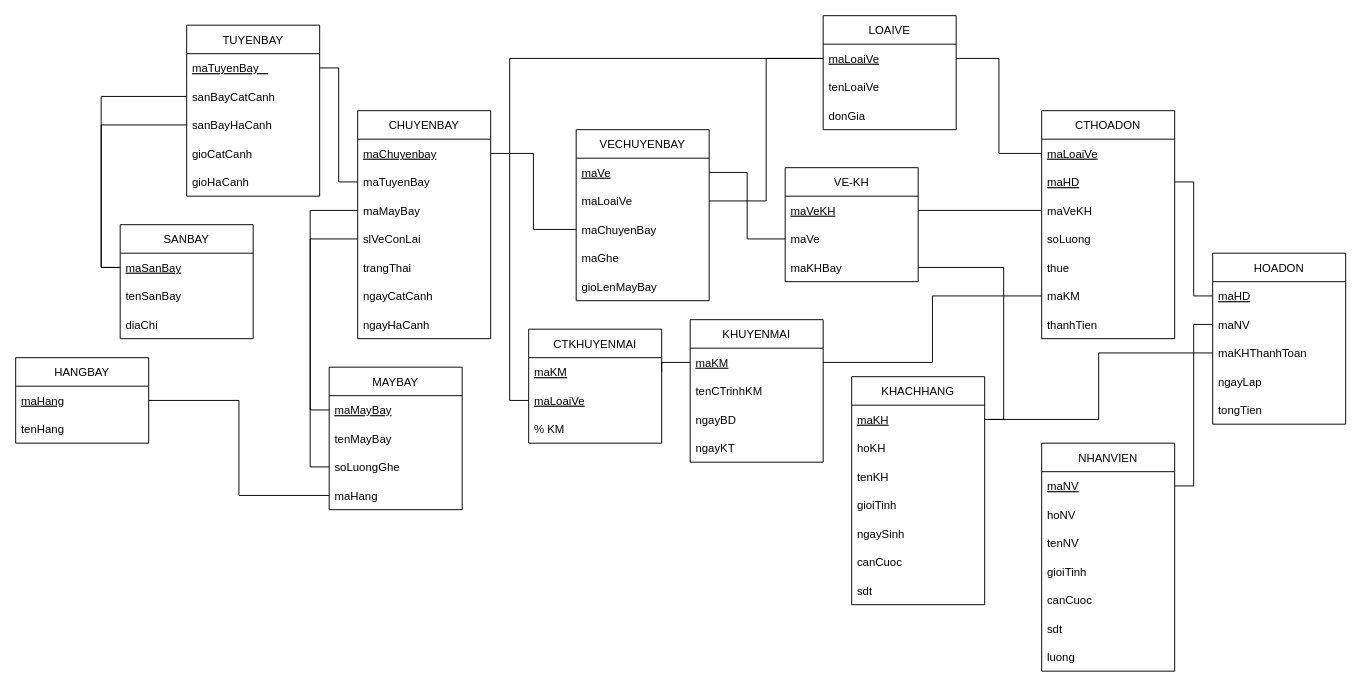
This is structure/diagram/ban-ve-may-bay.drawio from tgbaoo/banvemaybay_vscode, a draw.io file, before an edit. Source tidied: cells renumbered, new cells numbered last; positions are measured from the earlier drawing's top-left corner, leaving out a move shared by most shapes. Both pictures are drawn from the tidied source at 95%, with x=0, y=0 at pixel (15, 15).
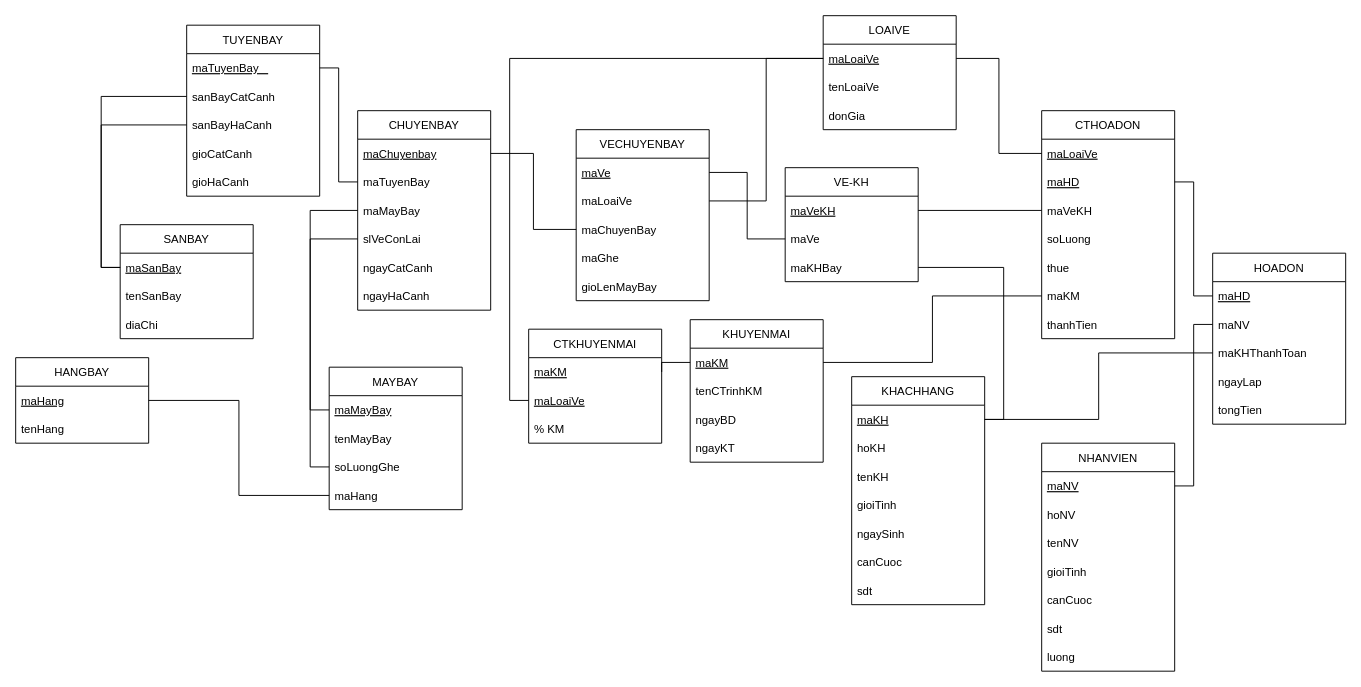
After the change.

What changed in the source:
```diff
@@
     <mxCell id="10" value="CHUYENBAY" style="swimlane;fontStyle=0;horizontal=1;startSize=30;" parent="1" vertex="1">
-      <mxGeometry x="360" y="100" width="140" height="240" as="geometry" />
+      <mxGeometry x="360" y="100" width="140" height="210" as="geometry" />
     </mxCell>
@@
-    <mxCell id="15" value="trangThai" style="text;strokeColor=none;fillColor=none;align=left;verticalAlign=middle;spacingLeft=4;spacingRight=4;overflow=hidden;" parent="10" vertex="1">
-      <mxGeometry y="150" width="140" height="30" as="geometry" />
-    </mxCell>
     <mxCell id="16" value="ngayCatCanh" style="text;strokeColor=none;fillColor=none;align=left;verticalAlign=middle;spacingLeft=4;spacingRight=4;overflow=hidden;" parent="10" vertex="1">
-      <mxGeometry y="180" width="140" height="30" as="geometry" />
+      <mxGeometry y="150" width="140" height="30" as="geometry" />
     </mxCell>
     <mxCell id="17" value="ngayHaCanh" style="text;strokeColor=none;fillColor=none;align=left;verticalAlign=middle;spacingLeft=4;spacingRight=4;overflow=hidden;" parent="10" vertex="1">
-      <mxGeometry y="210" width="140" height="30" as="geometry" />
+      <mxGeometry y="180" width="140" height="30" as="geometry" />
     </mxCell>
```
